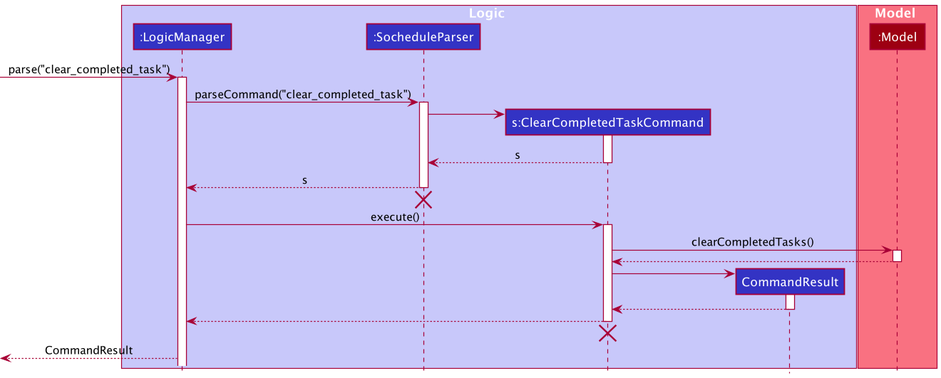
Above: docs/images/ClearCompletedTaskCommandSequenceDiagram.png in nus-cs2103-AY2021S2/tp (PlantUML), before the change.
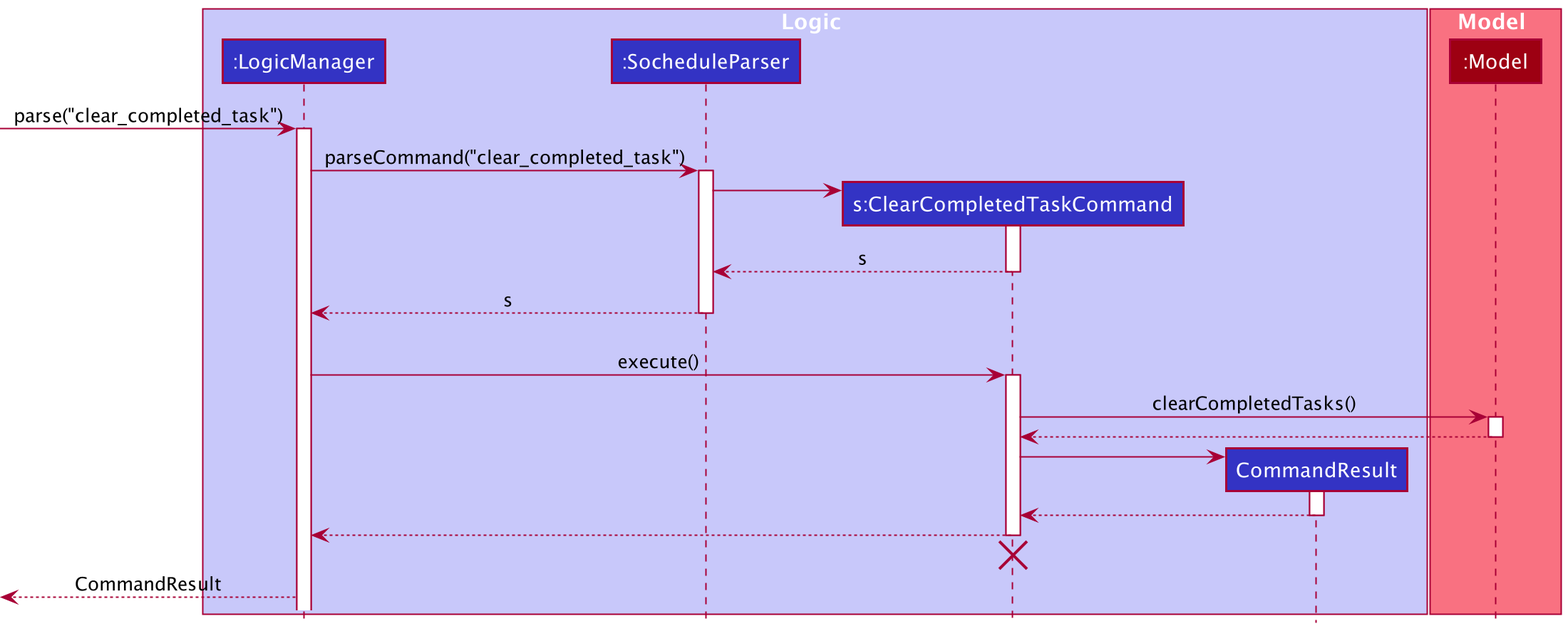
After the commit.

Change to the diagram source:
```diff
@@ -27,7 +27,6 @@
 LogicManager <-- SocheduleParser : s
 deactivate SocheduleParser
 SocheduleParser -[hidden]->[
-destroy SocheduleParser
 
 LogicManager -> ClearCompletedTaskCommand : execute()
 activate ClearCompletedTaskCommand
```
